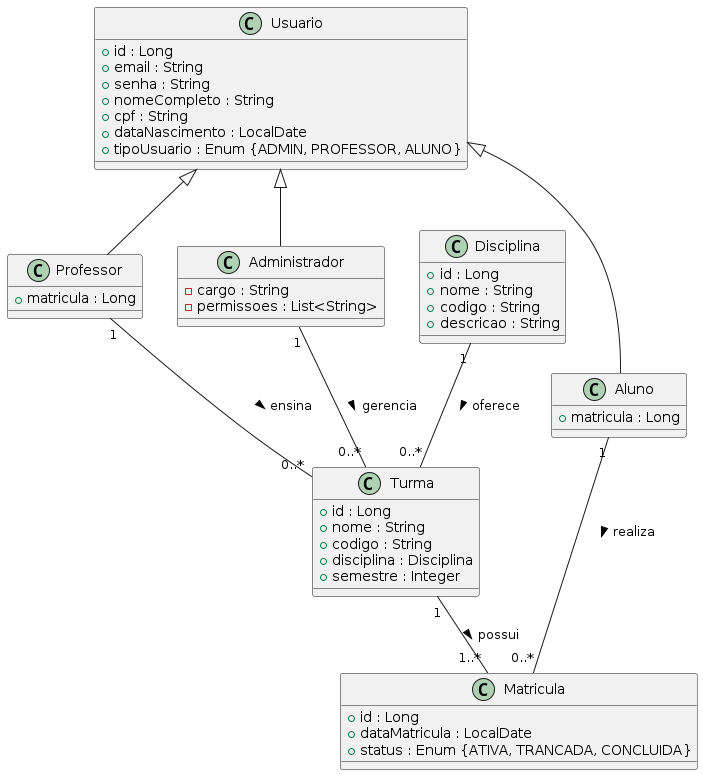
Above: docs/diagramas/images/diagrama_classes.png in Framks/gestao_escolar_api (PlantUML), before the change.
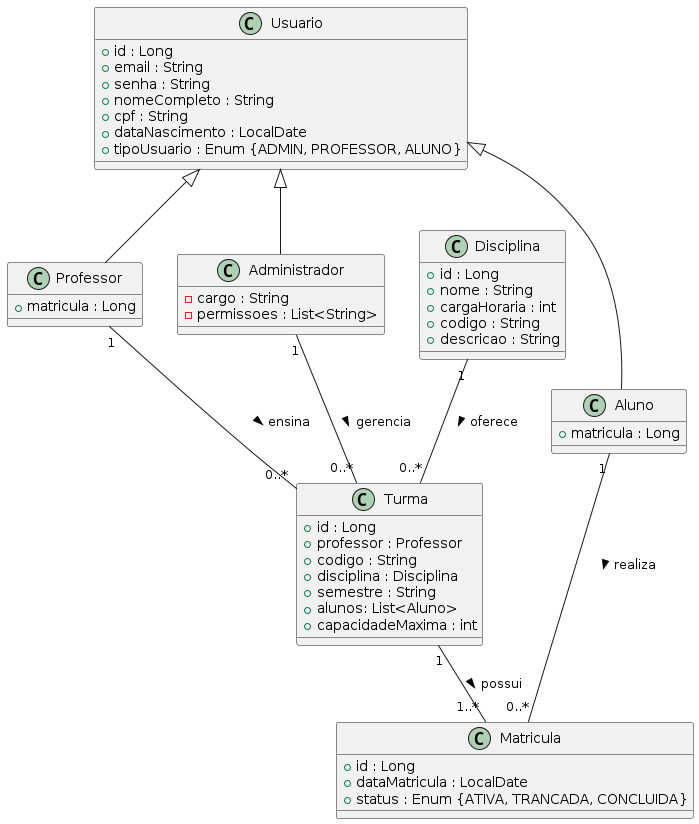
The same file after the commit.

What changed in the source:
```diff
@@ -25,16 +25,19 @@
 class Disciplina {
   +id : Long
   +nome : String
+  +cargaHoraria : int
   +codigo : String
   +descricao : String
 }
 
 class Turma {
   +id : Long
-  +nome : String
+  +professor : Professor
   +codigo : String
   +disciplina : Disciplina
-  +semestre : Integer
+  +semestre : String
+  +alunos: List<Aluno>
+  +capacidadeMaxima : int
 }
 
 class Matricula {
```
